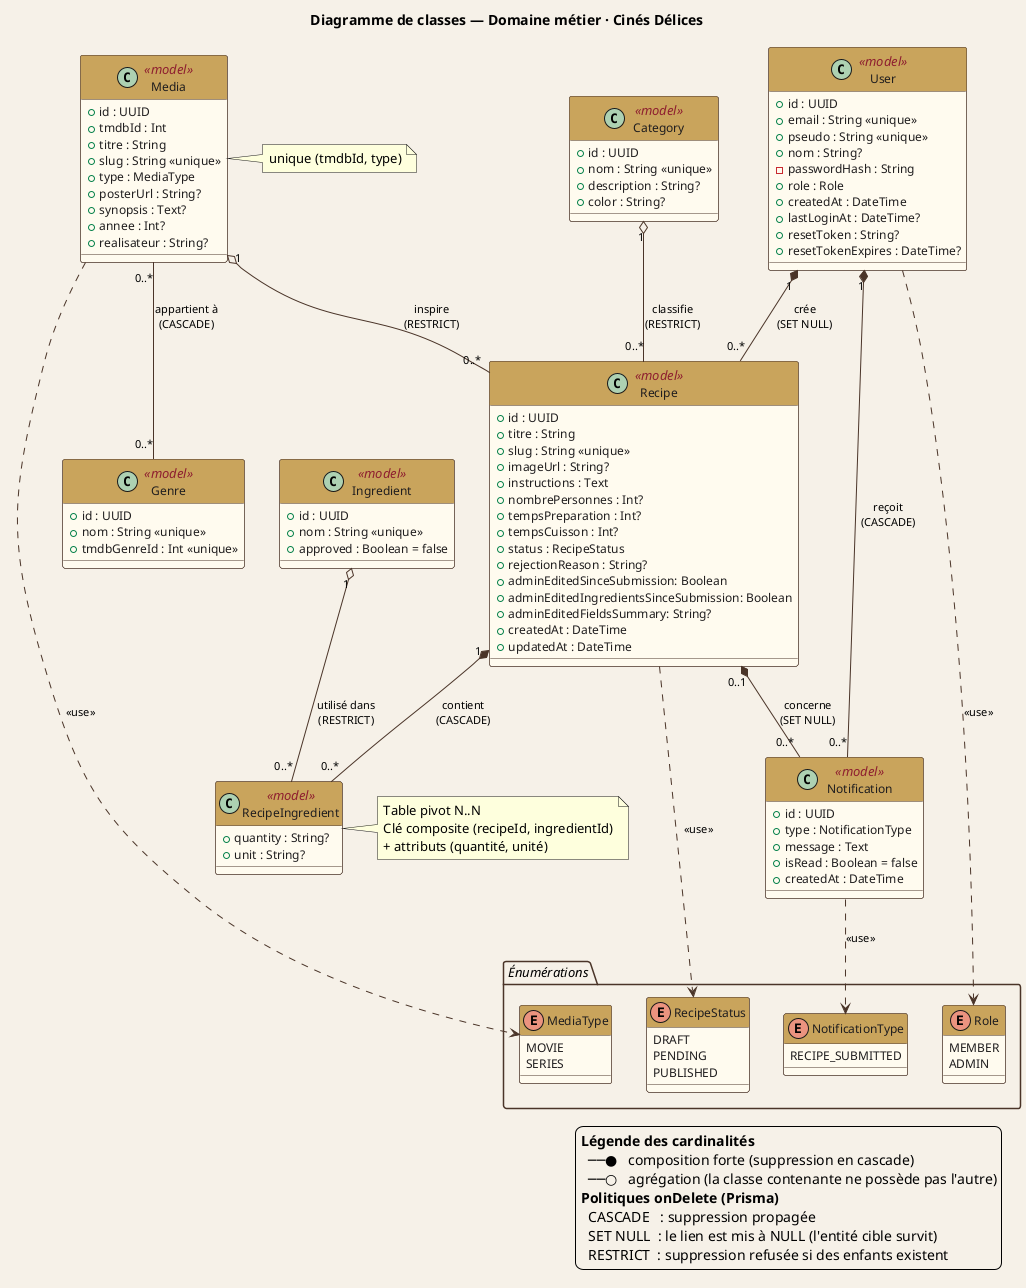
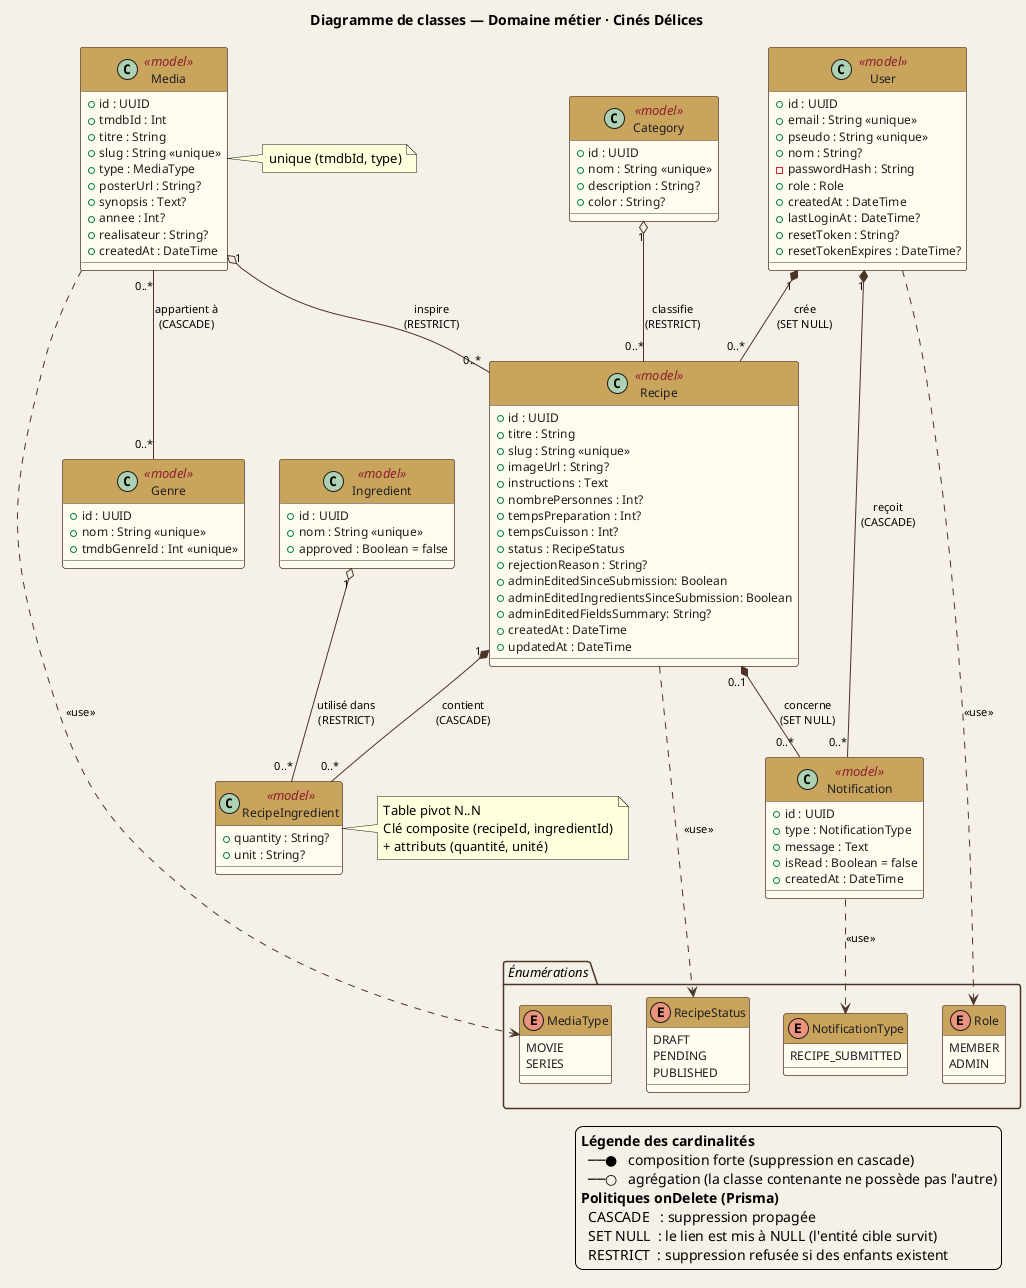
@startuml Classes_CinesDelices
' ─────────────────────────────────────────────────────────────
' Diagramme de classes — Domaine métier Cinés Délices
' Périmètre : modèles Prisma + énumérations + relations
' Les controllers/middlewares/services sont dans le
' diagramme de composants (§5.6), pas dupliqués ici.
' ─────────────────────────────────────────────────────────────

skinparam backgroundColor #F6F1E8
skinparam defaultFontName Helvetica
skinparam defaultFontSize 13
skinparam class {
  BackgroundColor #FFFBEF
  BorderColor #4A3428
  HeaderBackgroundColor #C9A45C
  FontSize 13
  AttributeFontSize 12
  AttributeFontColor #1F1D1E
  StereotypeFontColor #8E1F2F
}
skinparam enum {
  BackgroundColor #F3E9D2
  BorderColor #4A3428
  HeaderBackgroundColor #C9A45C
  FontSize 13
  AttributeFontSize 12
}
skinparam arrowColor #4A3428
skinparam arrowFontSize 11
skinparam packageBorderColor #4A3428
skinparam packageBackgroundColor transparent
skinparam packageFontSize 13
skinparam packageFontStyle italic

title Diagramme de classes — Domaine métier · Cinés Délices

' ── Énumérations ───────────────────────────────────────────
package "Énumérations" {
  enum Role {
    MEMBER
    ADMIN
  }
  enum RecipeStatus {
    DRAFT
    PENDING
    PUBLISHED
  }
  enum MediaType {
    MOVIE
    SERIES
  }
  enum NotificationType {
    RECIPE_SUBMITTED
  }
}

' ── Utilisateur ────────────────────────────────────────────
class User <<model>> {
  + id : UUID
  + email : String <<unique>>
  + pseudo : String <<unique>>
  + nom : String?
  - passwordHash : String
  + role : Role
  + createdAt : DateTime
  + lastLoginAt : DateTime?
  + resetToken : String?
  + resetTokenExpires : DateTime?
}

' ── Recette et composition ─────────────────────────────────
class Recipe <<model>> {
  + id : UUID
  + titre : String
  + slug : String <<unique>>
  + imageUrl : String?
  + instructions : Text
  + nombrePersonnes : Int?
  + tempsPreparation : Int?
  + tempsCuisson : Int?
  + status : RecipeStatus
  + rejectionReason : String?
  + adminEditedSinceSubmission: Boolean
  + adminEditedIngredientsSinceSubmission: Boolean
  + adminEditedFieldsSummary: String?
  + createdAt : DateTime
  + updatedAt : DateTime
}

class Category <<model>> {
  + id : UUID
  + nom : String <<unique>>
  + description : String?
  + color : String?
}

class Ingredient <<model>> {
  + id : UUID
  + nom : String <<unique>>
  + approved : Boolean = false
}

class RecipeIngredient <<model>> {
  + quantity : String?
  + unit : String?
}
note right of RecipeIngredient
  Table pivot N..N
  Clé composite (recipeId, ingredientId)
  + attributs (quantité, unité)
end note

' ── Média (film / série) ──────────────────────────────────
class Media <<model>> {
  + id : UUID
  + tmdbId : Int
  + titre : String
  + slug : String <<unique>>
  + type : MediaType
  + posterUrl : String?
  + synopsis : Text?
  + annee : Int?
  + realisateur : String?
+   + createdAt : DateTime
}
note right of Media : unique (tmdbId, type)

class Genre <<model>> {
  + id : UUID
  + nom : String <<unique>>
  + tmdbGenreId : Int <<unique>>
}

' ── Notifications ──────────────────────────────────────────
class Notification <<model>> {
  + id : UUID
  + type : NotificationType
  + message : Text
  + isRead : Boolean = false
  + createdAt : DateTime
}

' ── Relations structurelles (composition/aggregation) ─────
User       "1"    *-- "0..*" Recipe       : crée\n(SET NULL)
Category   "1"    o-- "0..*" Recipe       : classifie\n(RESTRICT)
Media      "1"    o-- "0..*" Recipe       : inspire\n(RESTRICT)
Recipe     "1"    *-- "0..*" RecipeIngredient : contient\n(CASCADE)
Ingredient "1"    o-- "0..*" RecipeIngredient : utilisé dans\n(RESTRICT)
Media      "0..*" --  "0..*" Genre        : appartient à\n(CASCADE)
User       "1"    *-- "0..*" Notification : reçoit\n(CASCADE)
Recipe     "0..1" *-- "0..*" Notification : concerne\n(SET NULL)

' ── Utilisation des énumérations ─────────────────────────
User         ..> Role              : <<use>>
Recipe       ..> RecipeStatus      : <<use>>
Media        ..> MediaType         : <<use>>
Notification ..> NotificationType  : <<use>>

legend bottom right
  <b>Légende des cardinalités</b>
    ──●   composition forte (suppression en cascade)
    ──○   agrégation (la classe contenante ne possède pas l'autre)
  <b>Politiques onDelete (Prisma)</b>
    CASCADE   : suppression propagée
    SET NULL  : le lien est mis à NULL (l'entité cible survit)
    RESTRICT  : suppression refusée si des enfants existent
endlegend

@enduml
